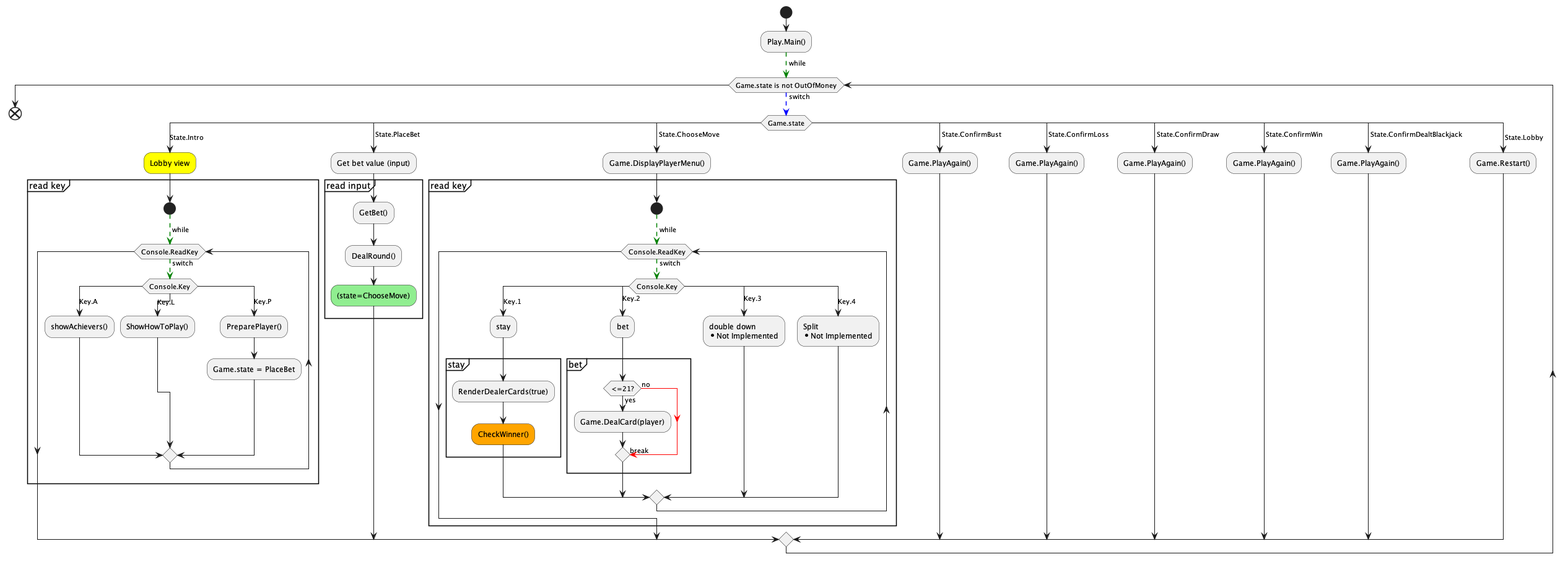
The PlantUML diagram diagram/activity.png in risha700/OPAIC_blackJack, before a commit.
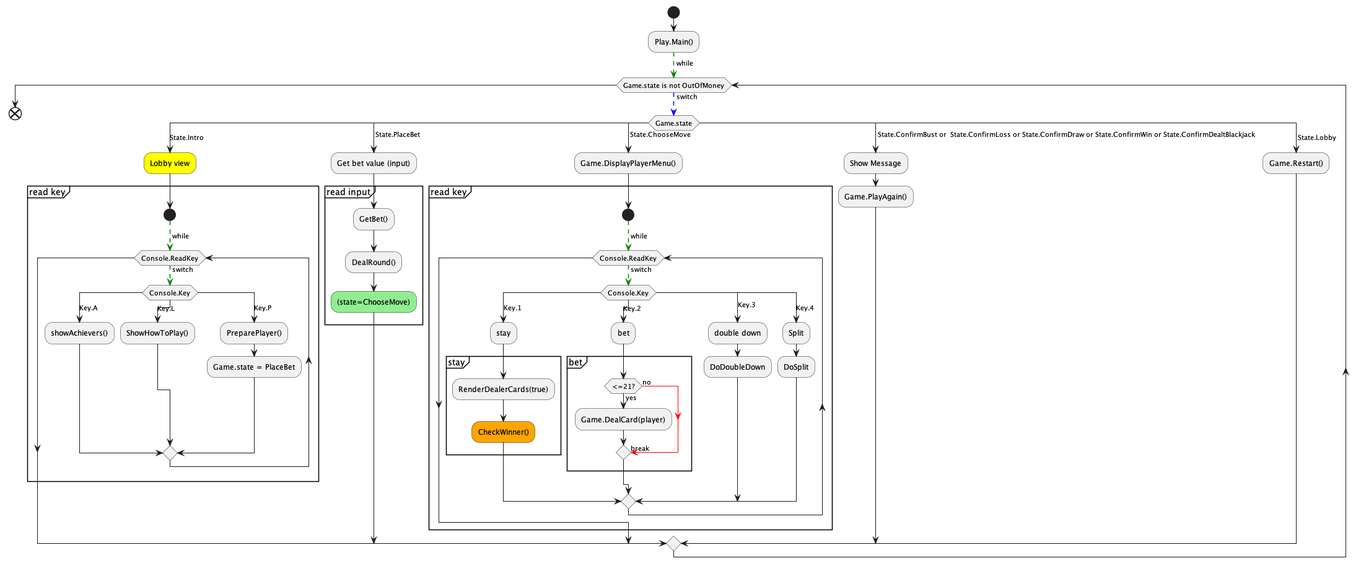
The same diagram one commit later.

Diff of the diagram source:
```diff
@@ -59,25 +59,19 @@
                             end group
 
                         case (Key.3)
-                            :double down
-                            *Not Implemented;
+                            :double down;
+                            :DoDoubleDown;
                         case (Key.4)
-                            :Split
-                            *Not Implemented;
+                            :Split;
+                            :DoSplit;
+
                     endswitch
                     endwhile
 
 
             end group
-        case ( State.ConfirmBust )
-        :Game.PlayAgain();
-        case ( State.ConfirmLoss )
-        :Game.PlayAgain();
-        case ( State.ConfirmDraw )
-        :Game.PlayAgain();
-        case ( State.ConfirmWin )
-        :Game.PlayAgain();
-        case ( State.ConfirmDealtBlackjack )
+        case ( State.ConfirmBust or  State.ConfirmLoss or State.ConfirmDraw or State.ConfirmWin or State.ConfirmDealtBlackjack )
+        :Show Message;
         :Game.PlayAgain();
         case ( State.Lobby )
         :Game.Restart();
```
